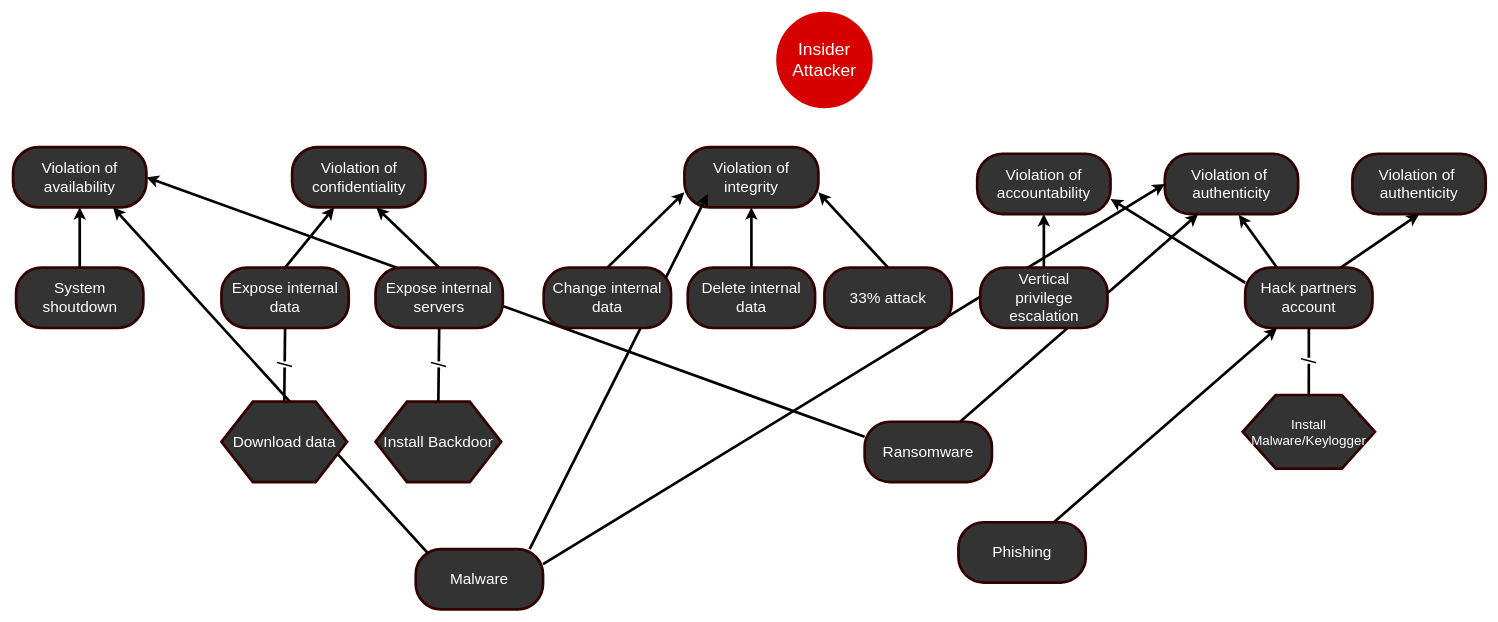
This is Insider attack trees.drawio from marzdeveloper/SoftwareCybersecurity, a draw.io file, before an edit. Source tidied: cells renumbered, new cells numbered last; positions are measured from the earlier drawing's top-left corner, leaving out a move shared by most shapes. Both pictures are drawn from the tidied source at 67%, with x=0, y=0 at pixel (13, 13).
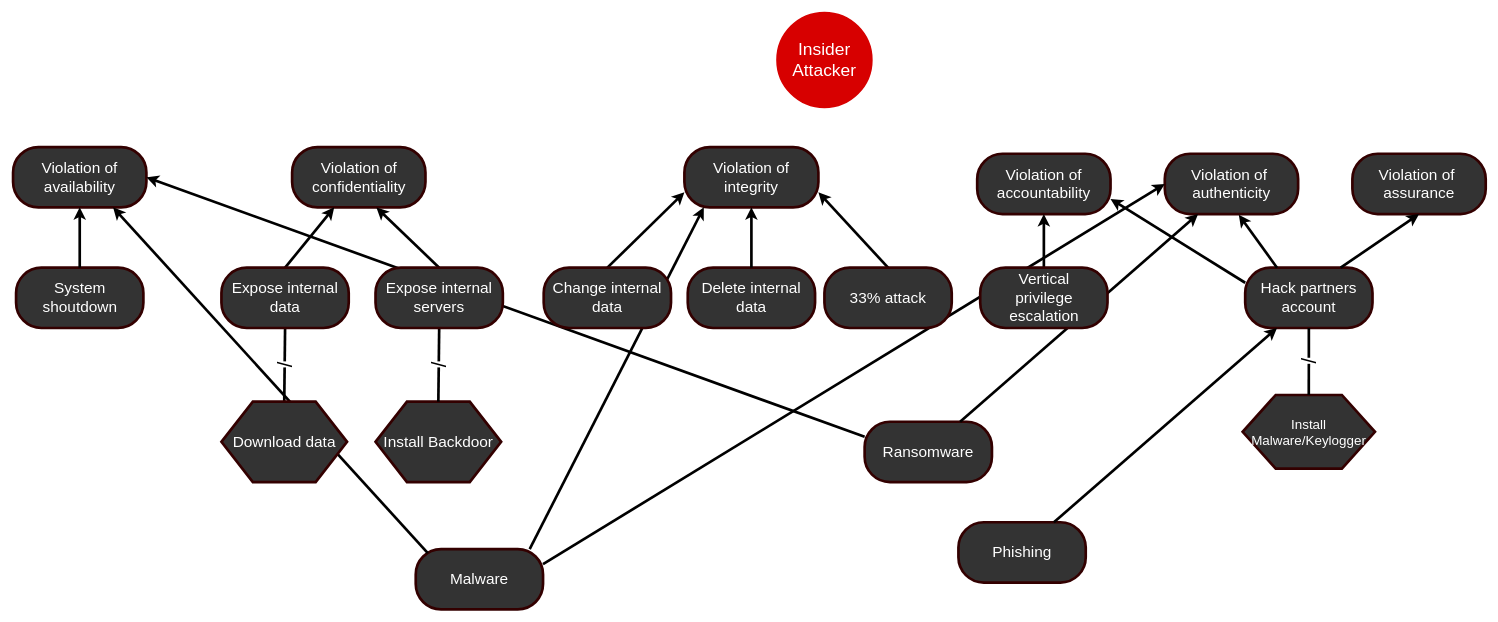
The same diagram, later.

The change refers to these unchanged cells:
```xml
<mxCell id="27" value="&lt;font color=&quot;#ffffff&quot;&gt;&lt;span style=&quot;font-size: 23px&quot;&gt;Malware&lt;br&gt;&lt;/span&gt;&lt;/font&gt;" style="rounded=1;whiteSpace=wrap;html=1;strokeColor=#330000;strokeWidth=4;fillColor=#333333;gradientColor=none;arcSize=42;" parent="1" vertex="1">
  <mxGeometry x="601" y="800" width="190" height="90" as="geometry" />
</mxCell>
```

The edit, as a diff of the source:
```diff
@@
-    <mxCell id="21" value="&lt;font color=&quot;#ffffff&quot; style=&quot;font-size: 23px&quot;&gt;Violation of&amp;nbsp; authenticity&lt;/font&gt;&lt;span style=&quot;font-family: monospace ; font-size: 0px&quot;&gt;%3E%3Croot%3E%3CmxCell%20id%3D%220%22%2F%3E%3CmxCell%20id%3D%221%22%20parent%3D%220%22%2F%3E%3CmxCell%20id%3D%222%22%20value%3D%22%26lt%3Bfont%20color%3D%26quot%3B%23ffffff%26quot%3B%20style%3D%26quot%3Bfont-size%3A%2023px%26quot%3B%26gt%3BViolation%20of%20availability%26lt%3B%2Ffont%26gt%3B%22%20style%3D%22rounded%3D1%3BwhiteSpace%3Dwrap%3Bhtml%3D1%3BstrokeColor%3D%23330000%3BstrokeWidth%3D4%3BfillColor%3D%23333333%3BgradientColor%3Dnone%3BarcSize%3D42%3B%22%20vertex%3D%221%22%20parent%3D%221%22%3E%3CmxGeometry%20x%3D%22530%22%20y%3D%22260%22%20width%3D%22199%22%20height%3D%2290%22%20as%3D%22geometry%22%2F%3E%3C%2FmxCell%3E%3C%2Froot%3E%3C%2FmxGraphModel%3E&lt;/span&gt;" style="rounded=1;whiteSpace=wrap;html=1;strokeColor=#330000;strokeWidth=4;fillColor=#333333;gradientColor=none;arcSize=42;" parent="1" vertex="1">
+    <mxCell id="21" value="&lt;font color=&quot;#ffffff&quot; style=&quot;font-size: 23px&quot;&gt;Violation of&amp;nbsp; assurance&lt;/font&gt;" style="rounded=1;whiteSpace=wrap;html=1;strokeColor=#330000;strokeWidth=4;fillColor=#333333;gradientColor=none;arcSize=42;" parent="1" vertex="1">
       <mxGeometry x="1999" y="210" width="199" height="90" as="geometry" />
     </mxCell>
@@
     <mxCell id="31" style="endArrow=classic;html=1;strokeColor=#000000;strokeWidth=4;fontColor=#FFD966;exitX=0.895;exitY=0;exitDx=0;exitDy=0;exitPerimeter=0;" parent="1" edge="1" source="27">
       <mxGeometry relative="1" as="geometry">
-        <mxPoint x="1037" y="270" as="targetPoint" />
+        <mxPoint x="1031" y="290" as="targetPoint" />
       </mxGeometry>
     </mxCell>
```
